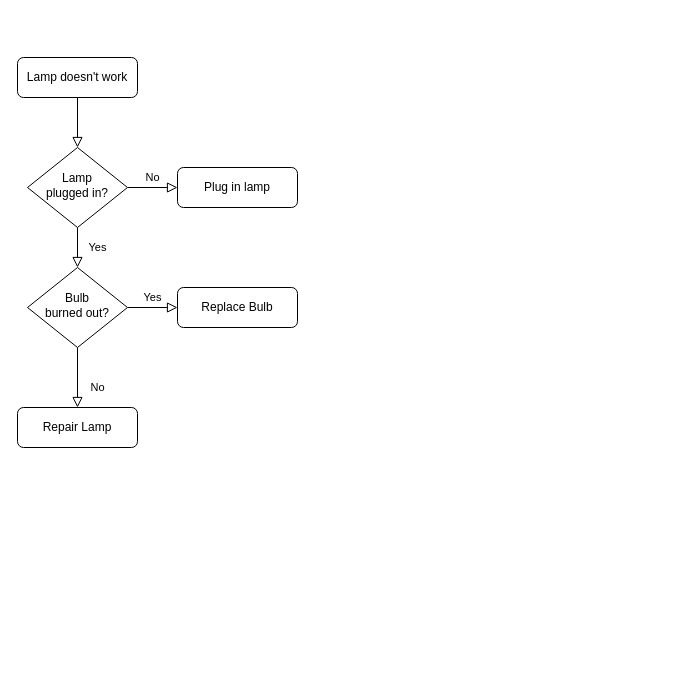
The draw.io diagram Tai.drawio in JonathanJacobson/DrawIO, before the edit. Source tidied: cells renumbered, new cells numbered last; positions are measured from the earlier drawing's top-left corner, leaving out a move shared by most shapes. Both pictures are drawn from the tidied source at 100%, with x=0, y=0 at pixel (17, 57).
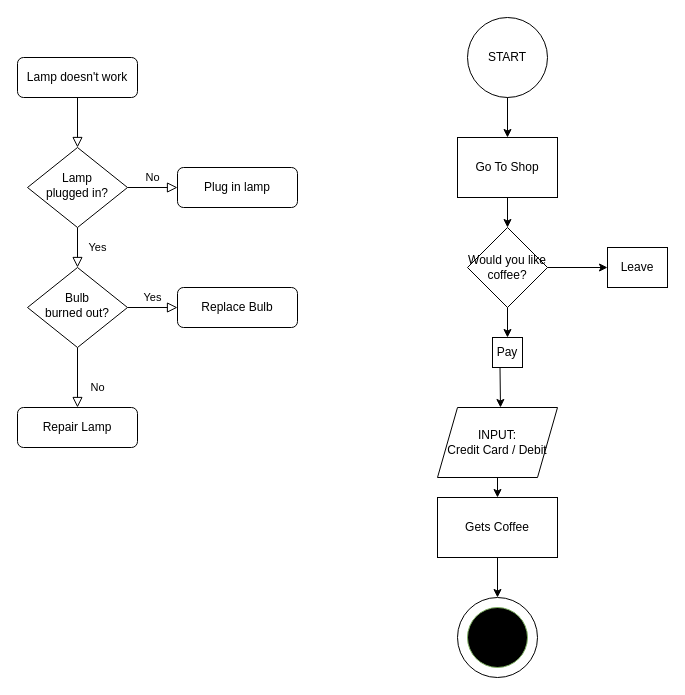
The same page after the edit.

The edit, as a diff of the source:
```diff
@@
+    <mxCell id="13" value="START" style="ellipse;whiteSpace=wrap;html=1;" parent="1" vertex="1">
+      <mxGeometry x="450" y="-40" width="80" height="80" as="geometry" />
+    </mxCell>
+    <mxCell id="14" style="endArrow=classic;html=1;rounded=0;exitX=0.5;exitY=1;exitDx=0;exitDy=0;entryX=0.5;entryY=0;entryDx=0;entryDy=0;" parent="1" edge="1" source="13" target="19">
+      <mxGeometry relative="1" as="geometry" />
+    </mxCell>
+    <mxCell id="15" style="endArrow=classic;html=1;rounded=0;exitX=0.5;exitY=1;exitDx=0;exitDy=0;" parent="1" edge="1" source="19" target="16">
+      <mxGeometry relative="1" as="geometry" />
+    </mxCell>
+    <mxCell id="16" value="Would you like coffee?" style="rhombus;whiteSpace=wrap;html=1;" parent="1" vertex="1">
+      <mxGeometry x="450" y="170" width="80" height="80" as="geometry" />
+    </mxCell>
+    <mxCell id="17" style="endArrow=classic;html=1;rounded=0;exitX=1;exitY=0.5;exitDx=0;exitDy=0;" parent="1" edge="1" source="16">
+      <mxGeometry relative="1" as="geometry">
+        <mxPoint x="590" y="210" as="targetPoint" />
+      </mxGeometry>
+    </mxCell>
+    <mxCell id="18" style="endArrow=classic;html=1;rounded=0;exitX=0.5;exitY=1;exitDx=0;exitDy=0;" parent="1" edge="1" source="16">
+      <mxGeometry relative="1" as="geometry">
+        <mxPoint x="490" y="280" as="targetPoint" />
+      </mxGeometry>
+    </mxCell>
+    <mxCell id="19" value="Go To Shop" style="rounded=0;whiteSpace=wrap;html=1;" parent="1" vertex="1">
+      <mxGeometry x="440" y="80" width="100" height="60" as="geometry" />
+    </mxCell>
+    <mxCell id="20" value="Pay" style="whiteSpace=wrap;html=1;" parent="1" vertex="1">
+      <mxGeometry x="475" y="280" width="30" height="30" as="geometry" />
+    </mxCell>
+    <mxCell id="21" value="Leave" style="rounded=0;whiteSpace=wrap;html=1;" parent="1" vertex="1">
+      <mxGeometry x="590" y="190" width="60" height="40" as="geometry" />
+    </mxCell>
+    <mxCell id="22" style="endArrow=classic;html=1;rounded=0;exitX=0.25;exitY=1;exitDx=0;exitDy=0;" parent="1" edge="1" source="20">
+      <mxGeometry relative="1" as="geometry">
+        <mxPoint x="483" y="350" as="targetPoint" />
+      </mxGeometry>
+    </mxCell>
+    <mxCell id="23" value="INPUT:&lt;br&gt;Credit Card / Debit" style="shape=parallelogram;perimeter=parallelogramPerimeter;whiteSpace=wrap;html=1;fixedSize=1;" parent="1" vertex="1">
+      <mxGeometry x="420" y="350" width="120" height="70" as="geometry" />
+    </mxCell>
+    <mxCell id="24" style="endArrow=classic;html=1;rounded=0;exitX=0.5;exitY=1;exitDx=0;exitDy=0;" parent="1" edge="1" source="23" target="25">
+      <mxGeometry relative="1" as="geometry" />
+    </mxCell>
+    <mxCell id="25" value="Gets Coffee" style="rounded=0;whiteSpace=wrap;html=1;" parent="1" vertex="1">
+      <mxGeometry x="420" y="440" width="120" height="60" as="geometry" />
+    </mxCell>
+    <mxCell id="26" style="endArrow=classic;html=1;rounded=0;exitX=0.5;exitY=1;exitDx=0;exitDy=0;" parent="1" edge="1" source="25" target="27">
+      <mxGeometry relative="1" as="geometry" />
+    </mxCell>
+    <mxCell id="27" style="ellipse;whiteSpace=wrap;html=1;" parent="1" vertex="1">
+      <mxGeometry x="440" y="540" width="80" height="80" as="geometry" />
+    </mxCell>
+    <mxCell id="28" style="ellipse;whiteSpace=wrap;html=1;fillColor=#000000;strokeColor=#82b366;" parent="1" vertex="1">
+      <mxGeometry x="450" y="550" width="60" height="60" as="geometry" />
+    </mxCell>
```
